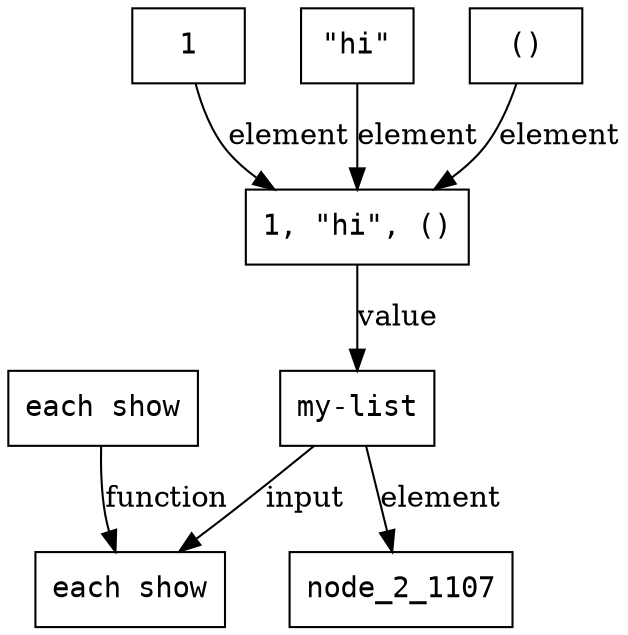
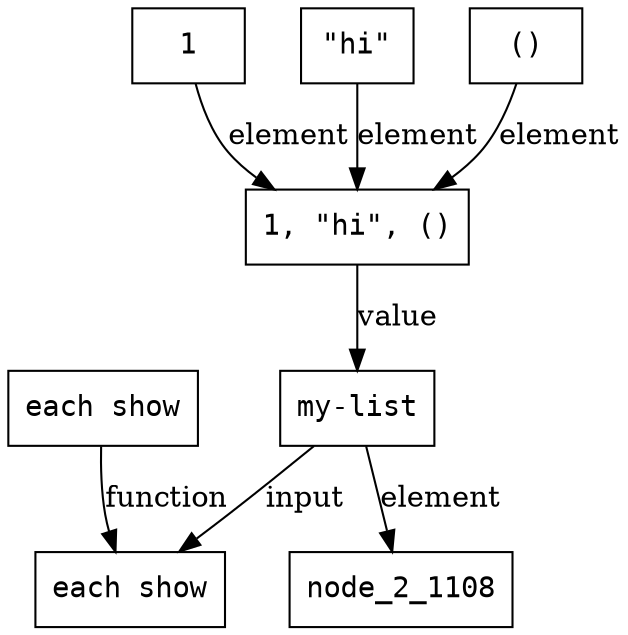
digraph G {
  node [shape=box, fontname=monospace]
  node_2_4 [label="1, \"hi\", ()"]
  node_2_6 [label="1"]
  node_2_7 [label="\"hi\""]
  node_2_8 [label="()"]
  node_2_26 [label="my-list"]
  node_2_28 [label="each show"]
  node_2_30 [label="each show"]
  node_2_4 -> node_2_26 [label="value"]
  node_2_6 -> node_2_4 [label="element"]
  node_2_7 -> node_2_4 [label="element"]
  node_2_8 -> node_2_4 [label="element"]
  node_2_26 -> node_2_28 [label="input"]
-   node_2_26 -> node_2_1107 [label="element"]
+   node_2_26 -> node_2_1108 [label="element"]
  node_2_30 -> node_2_28 [label="function"]
}
